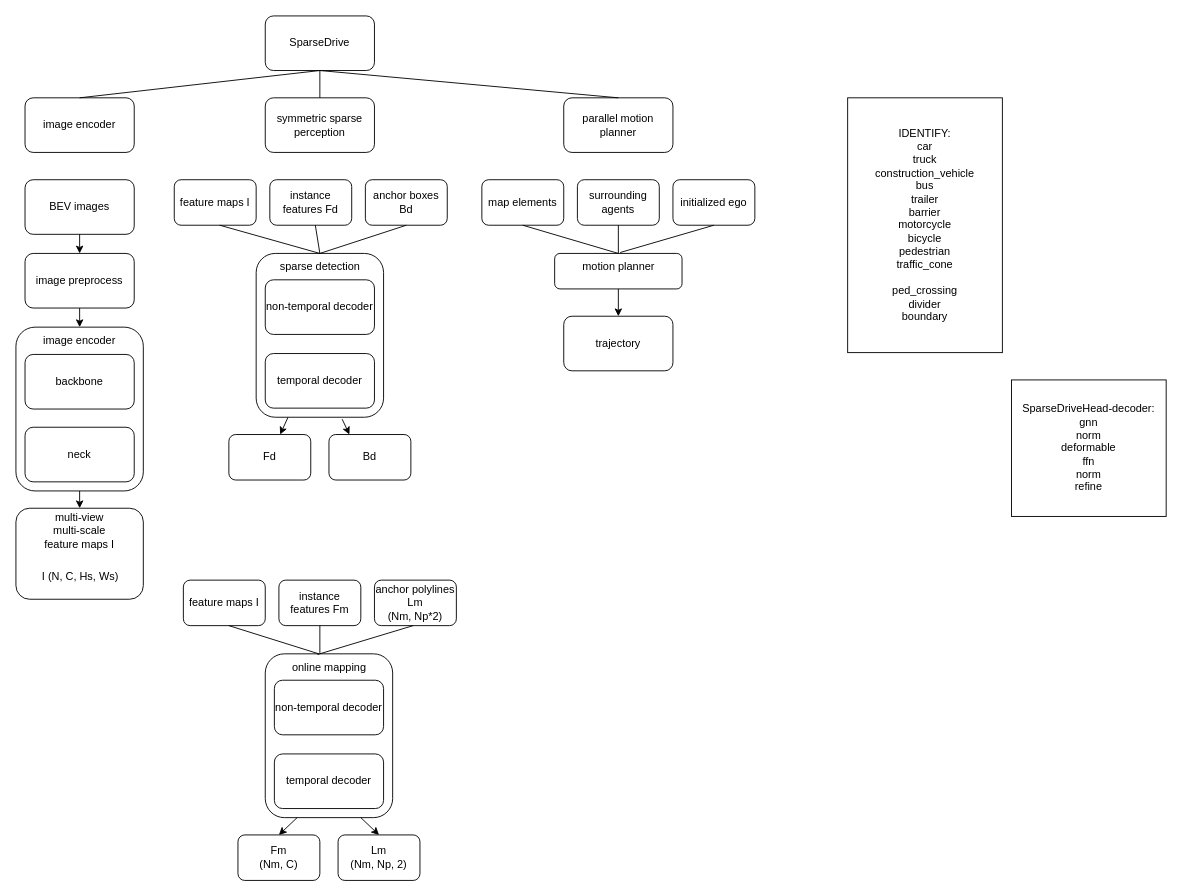
wxxsusie/files keeps this draw.io diagram as sparsedrive.drawio. Above is the earlier version. Source tidied: cells renumbered, new cells numbered last; positions are measured from the earlier drawing's top-left corner, leaving out a move shared by most shapes. Both pictures are drawn from the tidied source at 91%, with x=0, y=0 at pixel (15, 15).
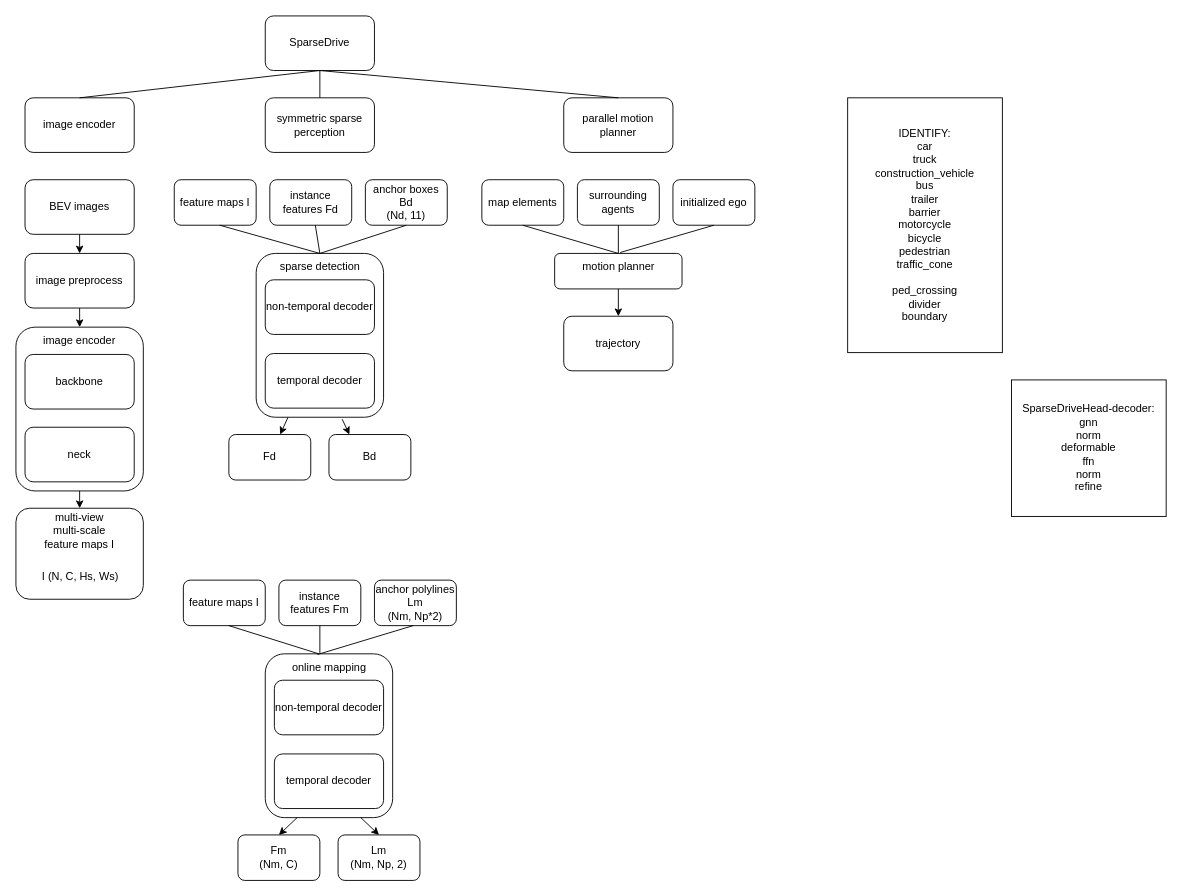
The same page after the edit.

The edit, as a diff of the source:
```diff
@@
-    <mxCell id="26" value="anchor boxes Bd" style="rounded=1;whiteSpace=wrap;html=1;" parent="1" vertex="1">
+    <mxCell id="26" value="anchor boxes Bd&lt;div&gt;(Nd, 11)&lt;/div&gt;" style="rounded=1;whiteSpace=wrap;html=1;" parent="1" vertex="1">
       <mxGeometry x="384" y="180" width="90" height="50" as="geometry" />
     </mxCell>
```
